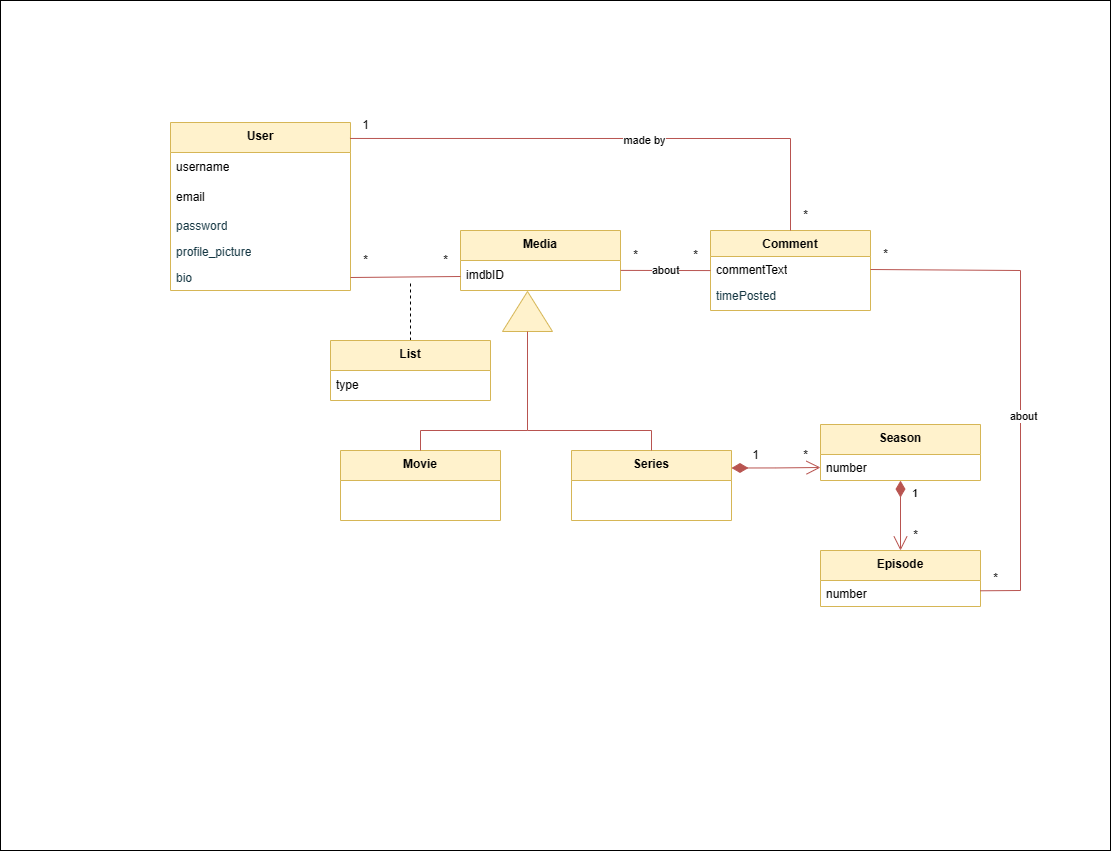
Earlier version of the draw.io export images/domain-model.png (Minipoloalex/Pocket-Cinema). Source tidied: cells renumbered, new cells last; positions are measured from the earlier drawing's top-left corner, leaving out a move shared by most shapes.
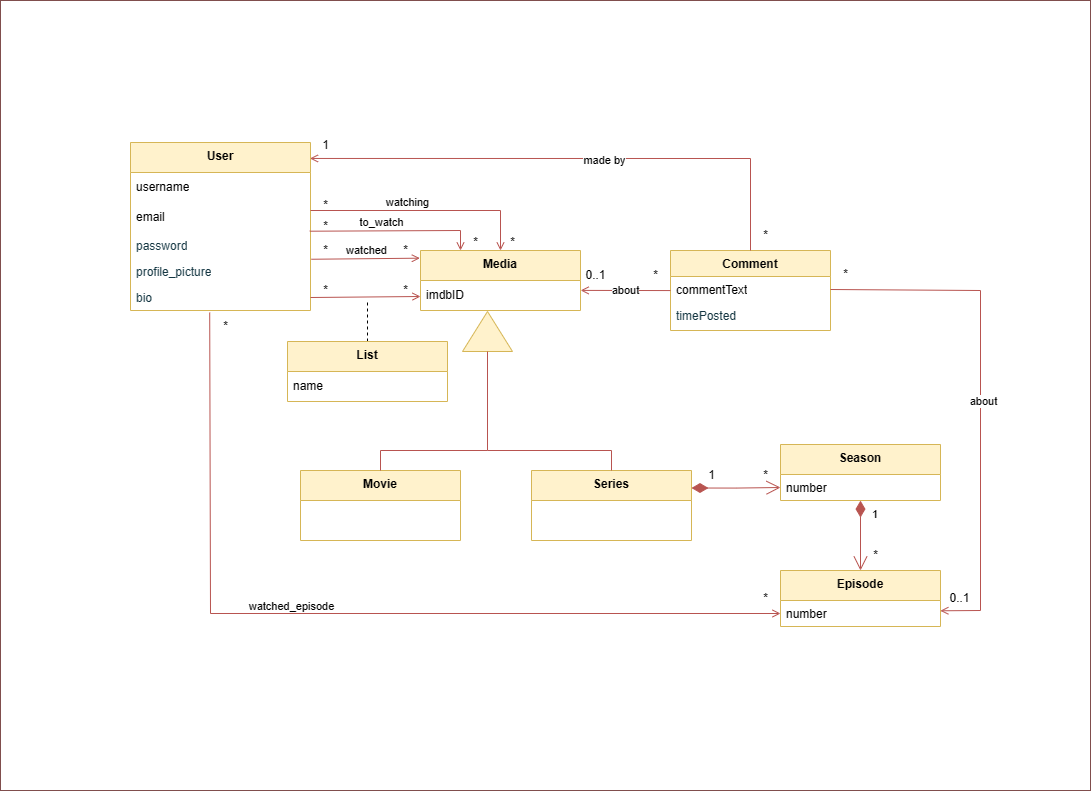
Above is the later version.

Commit message:
Changed domain model

Now supports watched episodes. Specific types of lists (watched, to_watch, watching) split from lists and now have specific associations.

What changed in the source:
```diff
@@ -2,8 +2,8 @@
   <root>
     <mxCell id="0" />
     <mxCell id="1" parent="0" />
-    <mxCell id="2" style="rounded=0;whiteSpace=wrap;html=1;" parent="1" vertex="1">
-      <mxGeometry width="1110" height="850" as="geometry" />
+    <mxCell id="2" style="rounded=0;whiteSpace=wrap;html=1;strokeColor=#804e4d;" parent="1" vertex="1">
+      <mxGeometry x="40" y="-20" width="1090" height="790" as="geometry" />
     </mxCell>
     <mxCell id="3" value="Movie" style="swimlane;fontStyle=1;align=center;verticalAlign=top;horizontal=1;startSize=30;whiteSpace=wrap;html=1;labelBackgroundColor=none;fillColor=#fff2cc;strokeColor=#d6b656;fontColor=default;" parent="1" vertex="1">
       <mxGeometry x="340" y="450" width="160" height="70" as="geometry" />
@@ -24,10 +24,10 @@
       <mxGeometry y="52" width="160" height="28" as="geometry" />
     </mxCell>
     <mxCell id="9" value="*" style="text;html=1;align=center;verticalAlign=middle;strokeColor=none;fillColor=none;" parent="1" vertex="1">
-      <mxGeometry x="430" y="245" width="30" height="30" as="geometry" />
+      <mxGeometry x="430" y="255" width="30" height="30" as="geometry" />
     </mxCell>
     <mxCell id="10" value="*" style="text;html=1;align=center;verticalAlign=middle;strokeColor=none;fillColor=none;" parent="1" vertex="1">
-      <mxGeometry x="350" y="245" width="30" height="30" as="geometry" />
+      <mxGeometry x="350" y="255" width="30" height="30" as="geometry" />
     </mxCell>
     <mxCell id="11" value="*" style="text;html=1;align=center;verticalAlign=middle;strokeColor=none;fillColor=none;" parent="1" vertex="1">
       <mxGeometry x="790" y="440" width="30" height="30" as="geometry" />
@@ -71,7 +71,7 @@
     <mxCell id="24" value="Series" style="swimlane;fontStyle=1;horizontal=1;startSize=30;whiteSpace=wrap;html=1;fillColor=#fff2cc;strokeColor=#d6b656;verticalAlign=top;" parent="1" vertex="1">
       <mxGeometry x="571" y="450" width="160" height="70" as="geometry" />
     </mxCell>
-    <mxCell id="25" style="endArrow=none;html=1;rounded=0;fillColor=#f8cecc;strokeColor=#b85450;entryX=0;entryY=0.5;entryDx=0;entryDy=0;exitX=1;exitY=0.5;exitDx=0;exitDy=0;" parent="1" edge="1" source="20">
+    <mxCell id="25" style="endArrow=open;html=1;rounded=0;fillColor=#f8cecc;strokeColor=#b85450;entryX=0;entryY=0.5;entryDx=0;entryDy=0;exitX=1;exitY=0.5;exitDx=0;exitDy=0;startArrow=none;startFill=0;endFill=0;" parent="1" edge="1" source="20">
       <mxGeometry relative="1" as="geometry">
         <mxPoint x="460" y="276" as="targetPoint" />
       </mxGeometry>
@@ -92,7 +92,7 @@
         </Array>
       </mxGeometry>
     </mxCell>
-    <mxCell id="28" style="endArrow=none;html=1;rounded=0;fillColor=#f8cecc;strokeColor=#b85450;exitX=0.997;exitY=0.095;exitDx=0;exitDy=0;exitPerimeter=0;entryX=0.5;entryY=0;entryDx=0;entryDy=0;" parent="1" edge="1" source="15" target="6">
+    <mxCell id="28" style="endArrow=none;html=1;rounded=0;fillColor=#f8cecc;strokeColor=#b85450;exitX=0.997;exitY=0.095;exitDx=0;exitDy=0;exitPerimeter=0;entryX=0.5;entryY=0;entryDx=0;entryDy=0;startArrow=open;startFill=0;" parent="1" edge="1" source="15" target="6">
       <mxGeometry relative="1" as="geometry">
         <Array as="points">
           <mxPoint x="790" y="138" />
@@ -107,7 +107,7 @@
         <mxPoint x="900" y="480.1" as="sourcePoint" />
       </mxGeometry>
     </mxCell>
-    <mxCell id="31" style="endArrow=none;html=1;rounded=0;entryX=0;entryY=0.541;entryDx=0;entryDy=0;exitX=1.001;exitY=0.33;exitDx=0;exitDy=0;exitPerimeter=0;entryPerimeter=0;fillColor=#f8cecc;strokeColor=#b85450;" parent="1" edge="1" source="22" target="7">
+    <mxCell id="31" style="endArrow=none;html=1;rounded=0;entryX=0;entryY=0.541;entryDx=0;entryDy=0;exitX=1.001;exitY=0.33;exitDx=0;exitDy=0;exitPerimeter=0;entryPerimeter=0;fillColor=#f8cecc;strokeColor=#B85450;startArrow=open;startFill=0;" parent="1" edge="1" source="22" target="7">
       <mxGeometry relative="1" as="geometry" />
     </mxCell>
     <mxCell id="32" value="about" style="edgeLabel;html=1;align=center;verticalAlign=middle;" parent="31" vertex="1">
@@ -118,13 +118,13 @@
     <mxCell id="33" value="*" style="text;html=1;align=center;verticalAlign=middle;strokeColor=none;fillColor=none;" parent="1" vertex="1">
       <mxGeometry x="680" y="240" width="30" height="30" as="geometry" />
     </mxCell>
-    <mxCell id="34" value="*" style="text;html=1;align=center;verticalAlign=middle;strokeColor=none;fillColor=none;" parent="1" vertex="1">
-      <mxGeometry x="620" y="240" width="30" height="30" as="geometry" />
+    <mxCell id="34" value="0..1" style="text;html=1;align=center;verticalAlign=middle;strokeColor=none;fillColor=none;" parent="1" vertex="1">
+      <mxGeometry x="615" y="240" width="40" height="30" as="geometry" />
     </mxCell>
-    <mxCell id="35" value="*" style="text;html=1;align=center;verticalAlign=middle;strokeColor=none;fillColor=none;" parent="1" vertex="1">
-      <mxGeometry x="980" y="563" width="30" height="30" as="geometry" />
+    <mxCell id="35" value="0..1" style="text;html=1;align=center;verticalAlign=middle;strokeColor=none;fillColor=none;" parent="1" vertex="1">
+      <mxGeometry x="979" y="563" width="40" height="30" as="geometry" />
     </mxCell>
-    <mxCell id="36" style="endArrow=none;html=1;rounded=0;entryX=1;entryY=0.5;entryDx=0;entryDy=0;exitX=0.999;exitY=0.011;exitDx=0;exitDy=0;exitPerimeter=0;fillColor=#f8cecc;strokeColor=#b85450;" parent="1" edge="1" target="7">
+    <mxCell id="36" style="endArrow=none;html=1;rounded=0;entryX=1;entryY=0.5;entryDx=0;entryDy=0;exitX=0.999;exitY=0.011;exitDx=0;exitDy=0;exitPerimeter=0;fillColor=#f8cecc;strokeColor=#B85450;endFill=0;startArrow=open;startFill=0;" parent="1" edge="1" target="7">
       <mxGeometry relative="1" as="geometry">
         <mxPoint x="979.8" y="590.3" as="sourcePoint" />
         <Array as="points">
@@ -134,7 +134,9 @@
       </mxGeometry>
     </mxCell>
     <mxCell id="37" value="about" style="edgeLabel;html=1;align=center;verticalAlign=middle;" parent="36" vertex="1">
-      <mxGeometry x="-0.15" y="-2" relative="1" as="geometry" />
+      <mxGeometry x="-0.15" y="-2" relative="1" as="geometry">
+        <mxPoint y="-34" as="offset" />
+      </mxGeometry>
     </mxCell>
     <mxCell id="38" value="*" style="text;html=1;align=center;verticalAlign=middle;strokeColor=none;fillColor=none;" parent="1" vertex="1">
       <mxGeometry x="870" y="239" width="30" height="30" as="geometry" />
@@ -147,20 +149,89 @@
     </mxCell>
     <mxCell id="41" style="endArrow=none;dashed=1;html=1;rounded=0;exitX=0.5;exitY=0;exitDx=0;exitDy=0;" parent="1" edge="1" source="42">
       <mxGeometry relative="1" as="geometry">
-        <mxPoint x="410" y="280" as="targetPoint" />
+        <mxPoint x="407" y="280" as="targetPoint" />
       </mxGeometry>
     </mxCell>
     <mxCell id="42" value="List" style="swimlane;fontStyle=1;horizontal=1;startSize=30;whiteSpace=wrap;html=1;fillColor=#fff2cc;strokeColor=#d6b656;verticalAlign=top;" parent="1" vertex="1">
-      <mxGeometry x="330" y="340" width="160" height="60" as="geometry" />
+      <mxGeometry x="327" y="321" width="160" height="60" as="geometry" />
     </mxCell>
-    <mxCell id="43" value="type" style="text;strokeColor=none;fillColor=none;align=left;verticalAlign=middle;spacingLeft=4;spacingRight=4;overflow=hidden;whiteSpace=wrap;html=1;" parent="42" vertex="1">
+    <mxCell id="43" value="name" style="text;strokeColor=none;fillColor=none;align=left;verticalAlign=middle;spacingLeft=4;spacingRight=4;overflow=hidden;whiteSpace=wrap;html=1;" parent="42" vertex="1">
       <mxGeometry y="30" width="160" height="30" as="geometry" />
     </mxCell>
     <mxCell id="44" style="endArrow=open;html=1;endSize=12;startArrow=diamondThin;startSize=14;startFill=1;edgeStyle=orthogonalEdgeStyle;align=left;verticalAlign=bottom;rounded=0;exitX=1;exitY=0.25;exitDx=0;exitDy=0;entryX=0;entryY=0.5;entryDx=0;entryDy=0;fillColor=#f8cecc;strokeColor=#b85450;" parent="1" edge="1" source="24" target="14">
       <mxGeometry x="-1" y="8" relative="1" as="geometry" />
     </mxCell>
     <mxCell id="45" value="1" style="text;html=1;align=center;verticalAlign=middle;strokeColor=none;fillColor=none;" parent="1" vertex="1">
-      <mxGeometry x="740" y="440" width="30" height="30" as="geometry" />
+      <mxGeometry x="736" y="440" width="30" height="30" as="geometry" />
     </mxCell>
+    <mxCell id="46" style="endArrow=open;html=1;rounded=0;fillColor=#f8cecc;strokeColor=#b85450;entryX=-0.004;entryY=0.128;entryDx=0;entryDy=0;exitX=1.004;exitY=1.029;exitDx=0;exitDy=0;exitPerimeter=0;entryPerimeter=0;endFill=0;" parent="1" edge="1" source="18" target="21">
+      <mxGeometry relative="1" as="geometry" />
+    </mxCell>
+    <mxCell id="47" value="watched" style="edgeLabel;html=1;align=center;verticalAlign=middle;" parent="46" vertex="1">
+      <mxGeometry x="-0.12" y="1" relative="1" as="geometry">
+        <mxPoint x="6" y="-8" as="offset" />
+      </mxGeometry>
+    </mxCell>
+    <mxCell id="48" style="endArrow=open;html=1;rounded=0;fillColor=#f8cecc;strokeColor=#b85450;entryX=0.25;entryY=0;entryDx=0;entryDy=0;exitX=0.996;exitY=-0.05;exitDx=0;exitDy=0;exitPerimeter=0;endFill=0;" parent="1" edge="1" source="18" target="21">
+      <mxGeometry relative="1" as="geometry">
+        <Array as="points">
+          <mxPoint x="500" y="210" />
+        </Array>
+      </mxGeometry>
+    </mxCell>
+    <mxCell id="49" value="to_watch" style="edgeLabel;html=1;align=center;verticalAlign=middle;" parent="48" vertex="1">
+      <mxGeometry x="-0.12" y="1" relative="1" as="geometry">
+        <mxPoint x="-5" y="-8" as="offset" />
+      </mxGeometry>
+    </mxCell>
+    <mxCell id="50" value="*" style="text;html=1;align=center;verticalAlign=middle;strokeColor=none;fillColor=none;" parent="1" vertex="1">
+      <mxGeometry x="430" y="215" width="30" height="30" as="geometry" />
+    </mxCell>
+    <mxCell id="51" value="*" style="text;html=1;align=center;verticalAlign=middle;strokeColor=none;fillColor=none;" parent="1" vertex="1">
+      <mxGeometry x="350" y="215" width="30" height="30" as="geometry" />
+    </mxCell>
+    <mxCell id="52" value="*" style="text;html=1;align=center;verticalAlign=middle;strokeColor=none;fillColor=none;" parent="1" vertex="1">
+      <mxGeometry x="350" y="191" width="30" height="30" as="geometry" />
+    </mxCell>
+    <mxCell id="53" value="*" style="text;html=1;align=center;verticalAlign=middle;strokeColor=none;fillColor=none;" parent="1" vertex="1">
+      <mxGeometry x="500" y="207" width="30" height="30" as="geometry" />
+    </mxCell>
+    <mxCell id="54" style="endArrow=open;html=1;rounded=0;fillColor=#f8cecc;strokeColor=#b85450;entryX=0.5;entryY=0;entryDx=0;entryDy=0;endFill=0;" parent="1" edge="1" target="21">
+      <mxGeometry relative="1" as="geometry">
+        <mxPoint x="350" y="190" as="sourcePoint" />
+        <Array as="points">
+          <mxPoint x="540" y="190" />
+        </Array>
+      </mxGeometry>
+    </mxCell>
+    <mxCell id="55" value="watching" style="edgeLabel;html=1;align=center;verticalAlign=middle;" parent="54" vertex="1">
+      <mxGeometry x="-0.12" y="1" relative="1" as="geometry">
+        <mxPoint x="-5" y="-8" as="offset" />
+      </mxGeometry>
+    </mxCell>
+    <mxCell id="56" value="*" style="text;html=1;align=center;verticalAlign=middle;strokeColor=none;fillColor=none;" parent="1" vertex="1">
+      <mxGeometry x="537" y="207" width="30" height="30" as="geometry" />
+    </mxCell>
+    <mxCell id="57" value="*" style="text;html=1;align=center;verticalAlign=middle;strokeColor=none;fillColor=none;" parent="1" vertex="1">
+      <mxGeometry x="350" y="170" width="30" height="30" as="geometry" />
+    </mxCell>
+    <mxCell id="58" style="endArrow=open;html=1;rounded=0;fillColor=#f8cecc;strokeColor=#b85450;entryX=0;entryY=0.5;entryDx=0;entryDy=0;exitX=0.44;exitY=1.079;exitDx=0;exitDy=0;exitPerimeter=0;endFill=0;" parent="1" edge="1" source="20" target="5">
+      <mxGeometry relative="1" as="geometry">
+        <Array as="points">
+          <mxPoint x="250" y="593" />
+        </Array>
+      </mxGeometry>
+    </mxCell>
+    <mxCell id="59" value="watched_episode" style="edgeLabel;html=1;align=center;verticalAlign=middle;" parent="58" vertex="1">
+      <mxGeometry x="0.1" y="-3" relative="1" as="geometry">
+        <mxPoint x="-99" y="-11" as="offset" />
+      </mxGeometry>
+    </mxCell>
+    <mxCell id="60" value="*" style="text;html=1;align=center;verticalAlign=middle;strokeColor=none;fillColor=none;" parent="1" vertex="1">
+      <mxGeometry x="250" y="291" width="30" height="30" as="geometry" />
+    </mxCell>
+    <mxCell id="61" value="*" style="text;html=1;align=center;verticalAlign=middle;strokeColor=none;fillColor=none;" parent="1" vertex="1">
+      <mxGeometry x="790" y="563" width="30" height="30" as="geometry" />
+    </mxCell>
   </root>
 </mxGraphModel>
```
